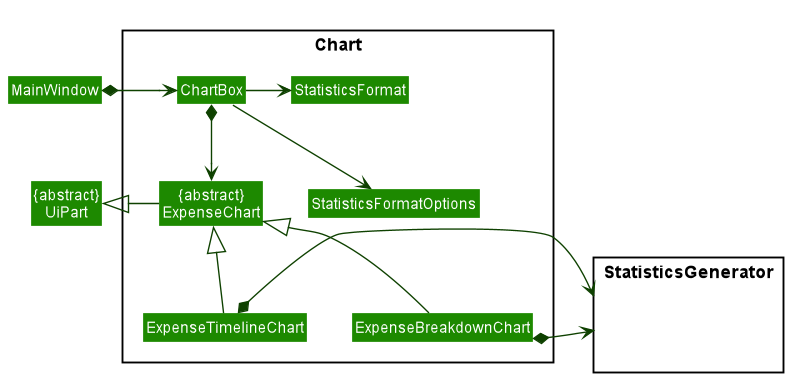
Above: docs/images/ChartClassDiagram.png in nus-cs2103-AY1920S1/addressbook-level3 (PlantUML), before the change. Its diagram source:
```plantuml
@startuml








skinparam BackgroundColor #FFFFFFF

skinparam Shadowing false

skinparam Class {
    FontColor #FFFFFF
    BorderThickness 1
    BorderColor #FFFFFF
    StereotypeFontColor #FFFFFF
    FontName Arial
}

skinparam Actor {
    BorderColor #000000
    Color #000000
    FontName Arial
}

skinparam Sequence {
    MessageAlign center
    BoxFontSize 15
    BoxPadding 0
    BoxFontColor #FFFFFF
    FontName Arial
}

skinparam Participant {
    FontColor #FFFFFFF
    Padding 20
}

skinparam MinClassWidth 50
skinparam ParticipantPadding 10
skinparam Shadowing false
skinparam DefaultTextAlignment center
skinparam packageStyle Rectangle

hide footbox
hide members
hide circle
skinparam arrowThickness 1.1
skinparam arrowColor #0E4100
skinparam classBackgroundColor #1D8900


Class MainWindow

package Chart <<Rectangle>> {
Class ChartBox
Class StatisticsFormatOptions
Class "{abstract}\nExpenseChart" as ExpenseChart
Class ExpenseTimelineChart
Class ExpenseBreakdownChart


enum StatisticsFormat {
TIMELINE
BREAKDOWN
}
}

package StatisticsGenerator <<Rectangle>> {
Class HiddenChart #FFFFFF
}
Class "{abstract}\nUiPart" as UiPart


MainWindow *-right-> ChartBox
ChartBox -right-> StatisticsFormat
ChartBox *-down-> ExpenseChart
ChartBox -down-> StatisticsFormatOptions
ExpenseTimelineChart -up-|> ExpenseChart
ExpenseBreakdownChart -up-|> ExpenseChart
ExpenseTimelineChart *-> StatisticsGenerator
ExpenseBreakdownChart *-> StatisticsGenerator
ExpenseChart -left-|> UiPart

@enduml
```
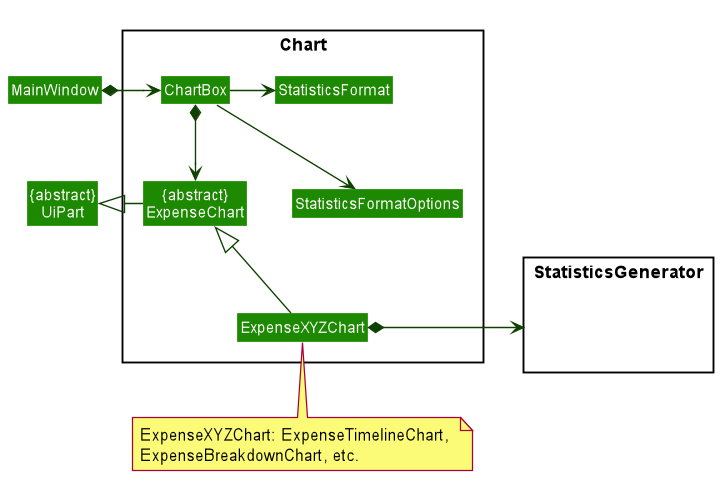
The same diagram one commit later.

The edit, as a diff of the source:
```diff
@@ -58,8 +58,7 @@
 Class ChartBox
 Class StatisticsFormatOptions
 Class "{abstract}\nExpenseChart" as ExpenseChart
-Class ExpenseTimelineChart
-Class ExpenseBreakdownChart
+Class ExpenseXYZChart
 
 
 enum StatisticsFormat {
@@ -78,10 +77,9 @@
 ChartBox -right-> StatisticsFormat
 ChartBox *-down-> ExpenseChart
 ChartBox -down-> StatisticsFormatOptions
-ExpenseTimelineChart -up-|> ExpenseChart
-ExpenseBreakdownChart -up-|> ExpenseChart
-ExpenseTimelineChart *-> StatisticsGenerator
-ExpenseBreakdownChart *-> StatisticsGenerator
 ExpenseChart -left-|> UiPart
+ExpenseXYZChart -up-|> ExpenseChart
+ExpenseXYZChart *-> StatisticsGenerator
+note bottom of ExpenseXYZChart: ExpenseXYZChart: ExpenseTimelineChart, \nExpenseBreakdownChart, etc.
 
 @enduml
```
